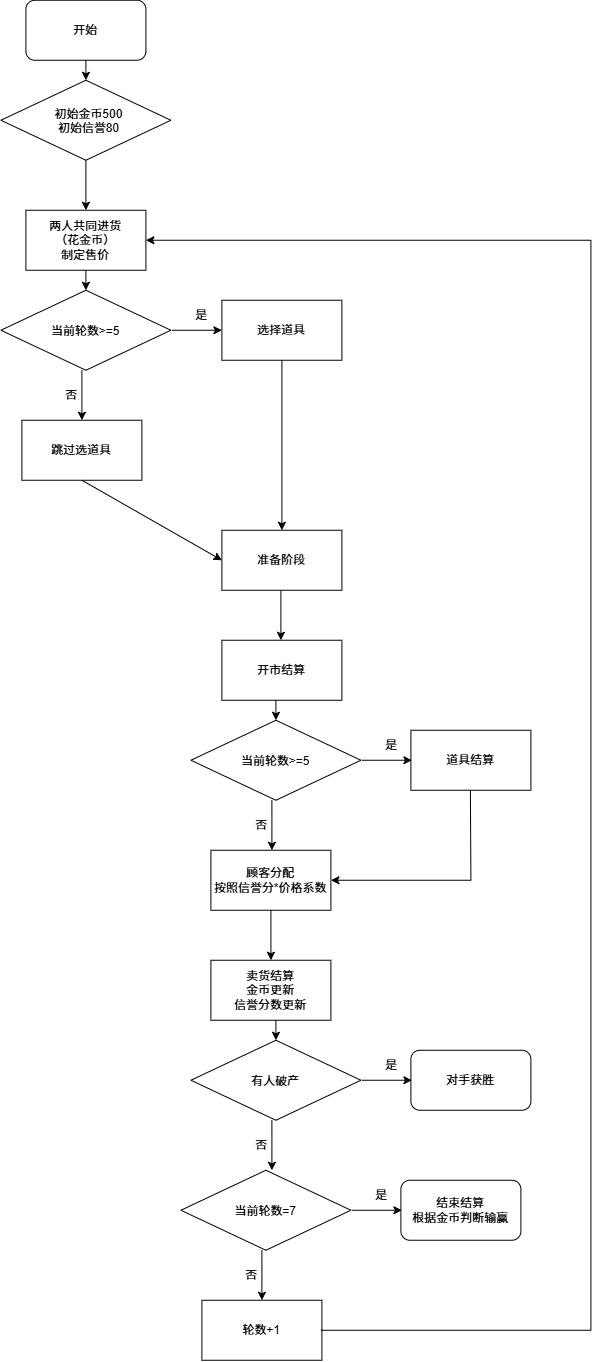
Before: 流程图1.drawio.png, a diagram exported from draw.io (jiayaoo0499/MarketDuo). Source tidied: cells renumbered, new cells last; positions are measured from the earlier drawing's top-left corner, leaving out a move shared by most shapes.
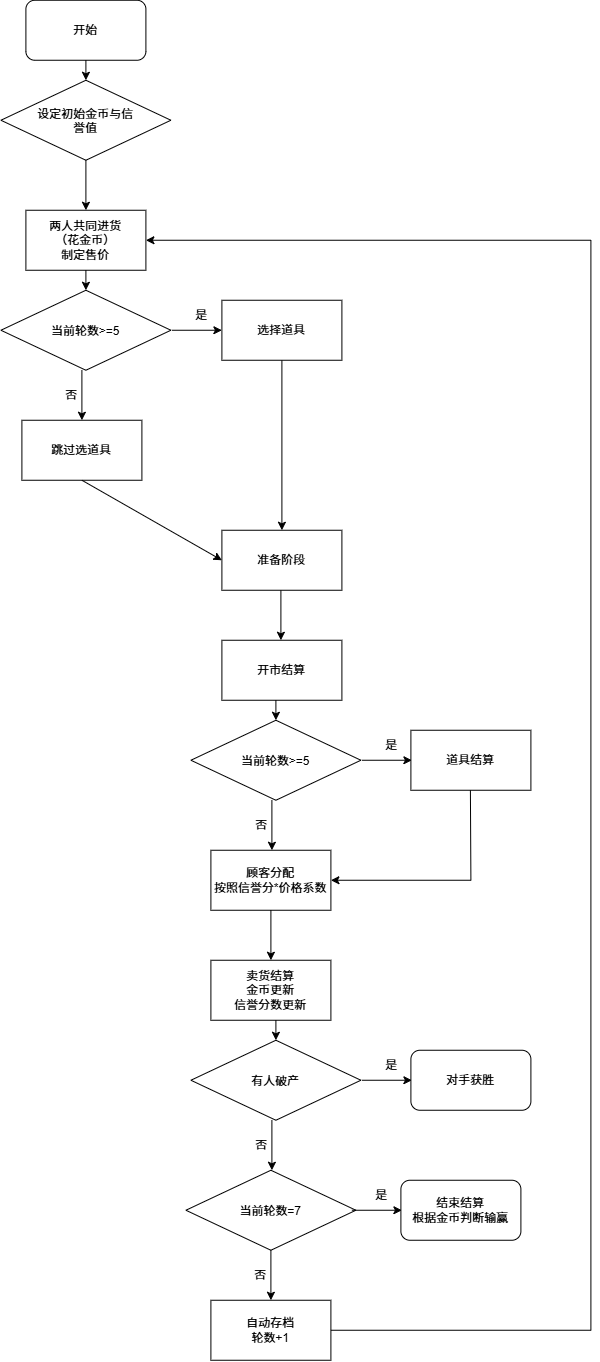
After the change.

Commit message:
更新流程图1.drawio.png

The edit, as a diff of the source:
```diff
@@ -11,7 +11,7 @@
         <mxPoint x="85" y="80" as="targetPoint" />
       </mxGeometry>
     </mxCell>
-    <mxCell id="4" value="&amp;nbsp; &amp;nbsp; &amp;nbsp;初始金币500&amp;nbsp; &amp;nbsp; &amp;nbsp;&amp;nbsp;&lt;span style=&quot;background-color: transparent; color: light-dark(rgb(0, 0, 0), rgb(255, 255, 255));&quot;&gt;初始信誉80&lt;/span&gt;" style="rhombus;whiteSpace=wrap;html=1;shapeInside=1;" parent="1" vertex="1">
+    <mxCell id="4" value="设定初始金币与信誉值" style="rhombus;whiteSpace=wrap;html=1;shapeInside=1;" parent="1" vertex="1">
       <mxGeometry y="80" width="170" height="80" as="geometry" />
     </mxCell>
     <mxCell id="5" style="endArrow=classic;html=1;rounded=0;" parent="1" edge="1">
@@ -159,7 +159,7 @@
       <mxGeometry x="410" y="1050" width="120" height="60" as="geometry" />
     </mxCell>
     <mxCell id="38" value="当前轮数=7" style="rhombus;whiteSpace=wrap;html=1;shapeInside=1;" parent="1" vertex="1">
-      <mxGeometry x="180" y="1170" width="170" height="80" as="geometry" />
+      <mxGeometry x="185" y="1170" width="170" height="80" as="geometry" />
     </mxCell>
     <mxCell id="39" style="endArrow=classic;html=1;rounded=0;" parent="1" edge="1">
       <mxGeometry relative="1" as="geometry">
@@ -169,25 +169,24 @@
     </mxCell>
     <mxCell id="40" style="endArrow=classic;html=1;rounded=0;" parent="1" edge="1">
       <mxGeometry relative="1" as="geometry">
-        <mxPoint x="261" y="1250" as="sourcePoint" />
-        <mxPoint x="261" y="1300" as="targetPoint" />
+        <mxPoint x="270" y="1250" as="sourcePoint" />
+        <mxPoint x="270" y="1300" as="targetPoint" />
       </mxGeometry>
     </mxCell>
     <mxCell id="41" value="是" style="text;html=1;whiteSpace=wrap;strokeColor=none;fillColor=none;align=center;verticalAlign=middle;rounded=0;" parent="1" vertex="1">
       <mxGeometry x="351" y="1180" width="60" height="30" as="geometry" />
     </mxCell>
     <mxCell id="42" value="否" style="text;html=1;whiteSpace=wrap;strokeColor=none;fillColor=none;align=center;verticalAlign=middle;rounded=0;" parent="1" vertex="1">
-      <mxGeometry x="221" y="1260" width="60" height="30" as="geometry" />
+      <mxGeometry x="230" y="1260" width="60" height="30" as="geometry" />
     </mxCell>
     <mxCell id="43" value="结束结算&lt;div&gt;根据金币判断输赢&lt;/div&gt;" style="rounded=1;whiteSpace=wrap;html=1;" parent="1" vertex="1">
       <mxGeometry x="400" y="1180" width="120" height="60" as="geometry" />
     </mxCell>
-    <mxCell id="44" value="轮数+1" style="rounded=0;whiteSpace=wrap;html=1;" parent="1" vertex="1">
-      <mxGeometry x="201" y="1300" width="120" height="60" as="geometry" />
+    <mxCell id="44" value="&lt;div&gt;自动存档&lt;/div&gt;轮数+1" style="rounded=0;whiteSpace=wrap;html=1;" parent="1" vertex="1">
+      <mxGeometry x="210" y="1300" width="120" height="60" as="geometry" />
     </mxCell>
-    <mxCell id="45" style="endArrow=classic;html=1;rounded=0;entryX=1;entryY=0.5;entryDx=0;entryDy=0;" parent="1" edge="1" target="6">
+    <mxCell id="45" style="endArrow=classic;html=1;rounded=0;entryX=1;entryY=0.5;entryDx=0;entryDy=0;exitX=1;exitY=0.5;exitDx=0;exitDy=0;" parent="1" edge="1" source="44" target="6">
       <mxGeometry relative="1" as="geometry">
-        <mxPoint x="320" y="1330" as="sourcePoint" />
         <Array as="points">
           <mxPoint x="590" y="1330" />
           <mxPoint x="590" y="240" />
```
